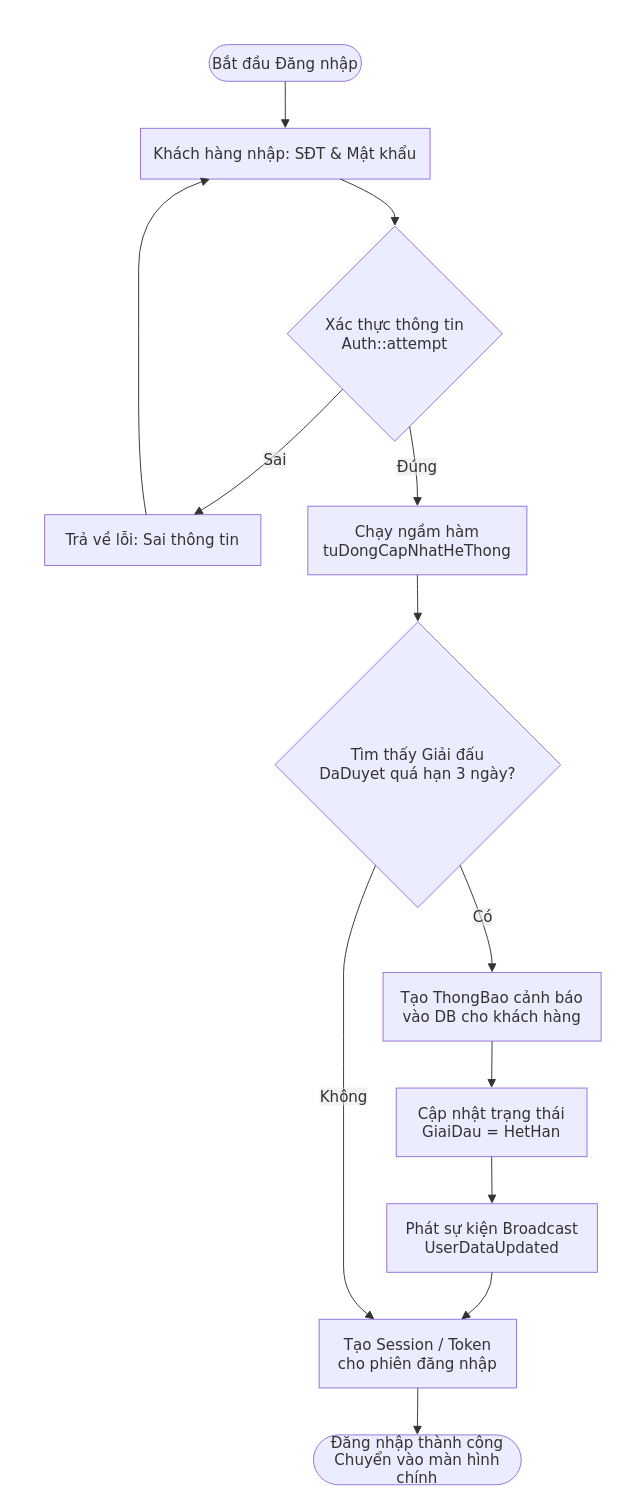
Earlier version of the draw.io diagram page "Đăng nhập" (2 of 14) of docs/diagrams/Flowchart.drawio (N-D-Tuan/DoAnTotNghiep). Source tidied: cells renumbered, new cells numbered last; positions are measured from the earlier drawing's top-left corner, leaving out a move shared by most shapes. Both pictures are drawn from the tidied source at 94%, with x=0, y=0 at pixel (16, 16).
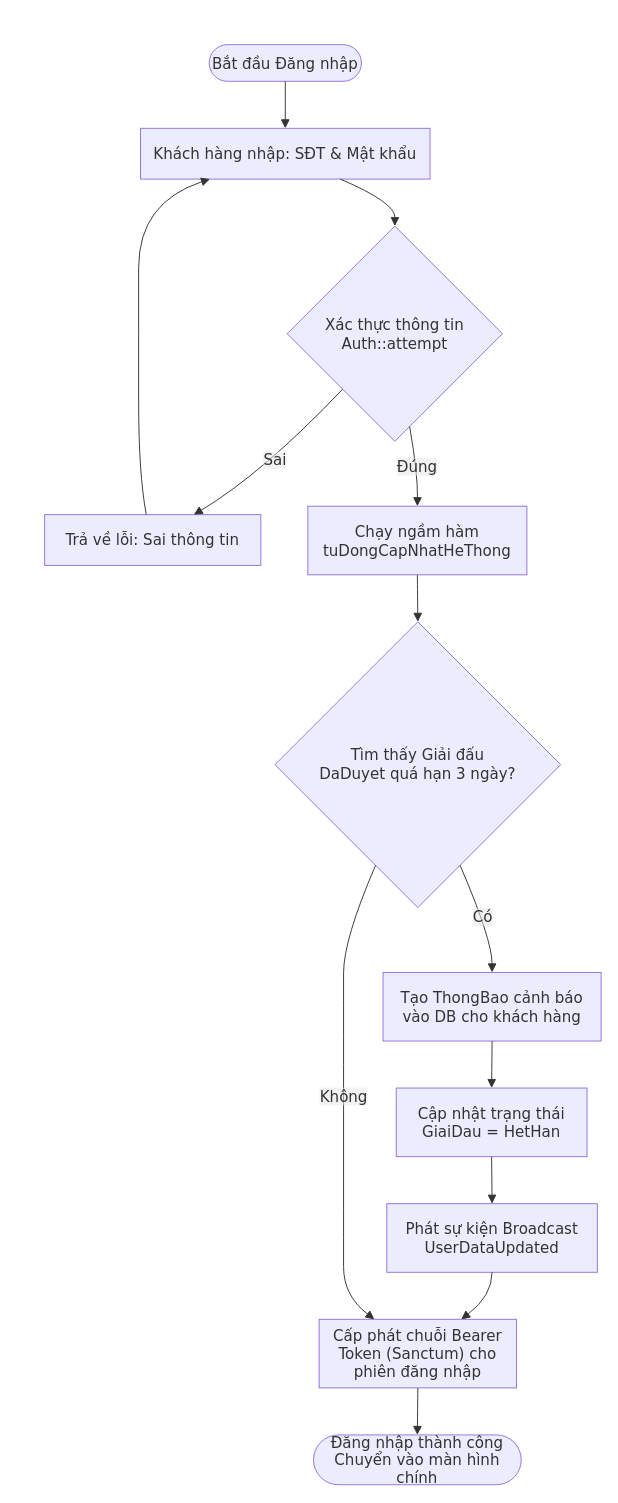
Above is the later version.

Unchanged cells that the change refers to:
```xml
<mxCell id="2" style="group;transparentBounds=1;editIcon=1;lockedGroup=0;groupPadding=10;fontFamily=Architects Daughter;" parent="1" vertex="1">
  <mxGeometry as="geometry" />
</mxCell>
```

Change to the diagram source:
```diff
@@
-    <mxCell id="12" value="Tạo Session / Token&#10;cho phiên đăng nhập" style="html=1;whiteSpace=wrap;strokeWidth=1;fillColor=light-dark(#ECECFF,#1f2020);strokeColor=light-dark(#9370DB,#cccccc);fontColor=light-dark(#333333,#cccccc);fontFamily=Trebuchet MS,Verdana,Arial,sans-serif;fontSize=16;" parent="2" vertex="1">
+    <mxCell id="12" value="Cấp phát chuỗi Bearer Token (Sanctum) cho phiên đăng nhập" style="html=1;whiteSpace=wrap;strokeWidth=1;fillColor=light-dark(#ECECFF,#1f2020);strokeColor=light-dark(#9370DB,#cccccc);fontColor=light-dark(#333333,#cccccc);fontFamily=Trebuchet MS,Verdana,Arial,sans-serif;fontSize=16;" parent="2" vertex="1">
       <mxGeometry x="322" y="1386" width="210" height="73" as="geometry" />
     </mxCell>
```
